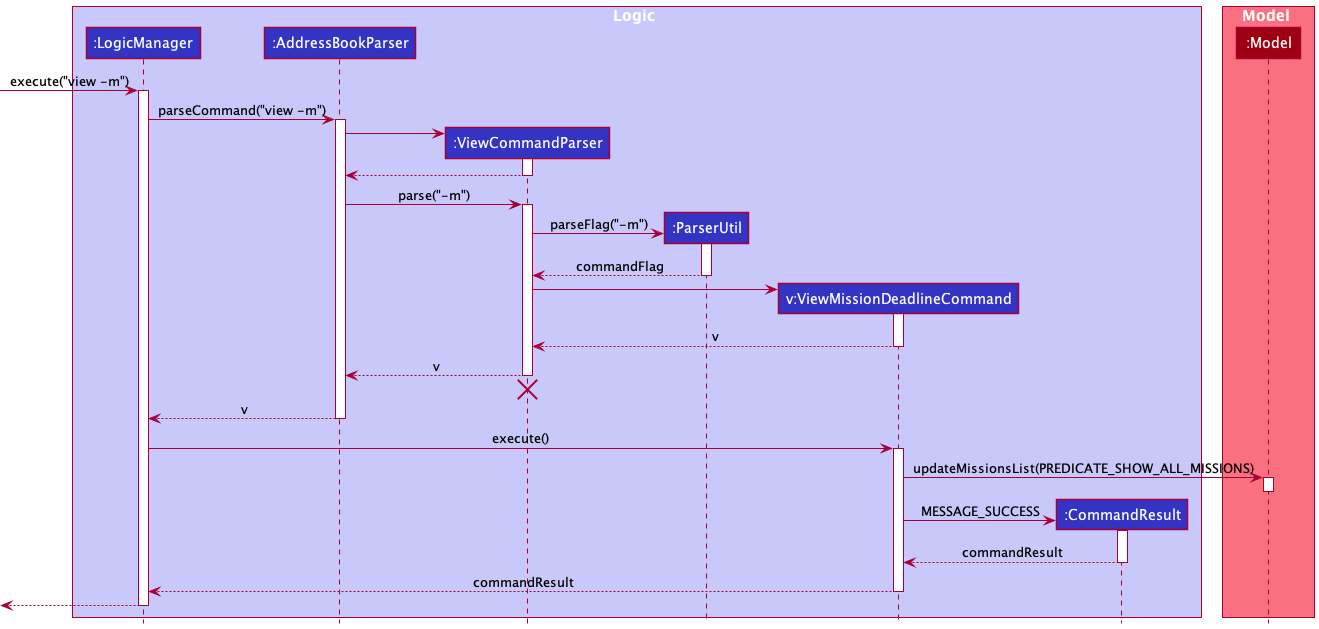
Before: docs/images/ViewMissionDeadlineSequenceDiagram.png, a diagram exported from PlantUML (wireseo/tp).
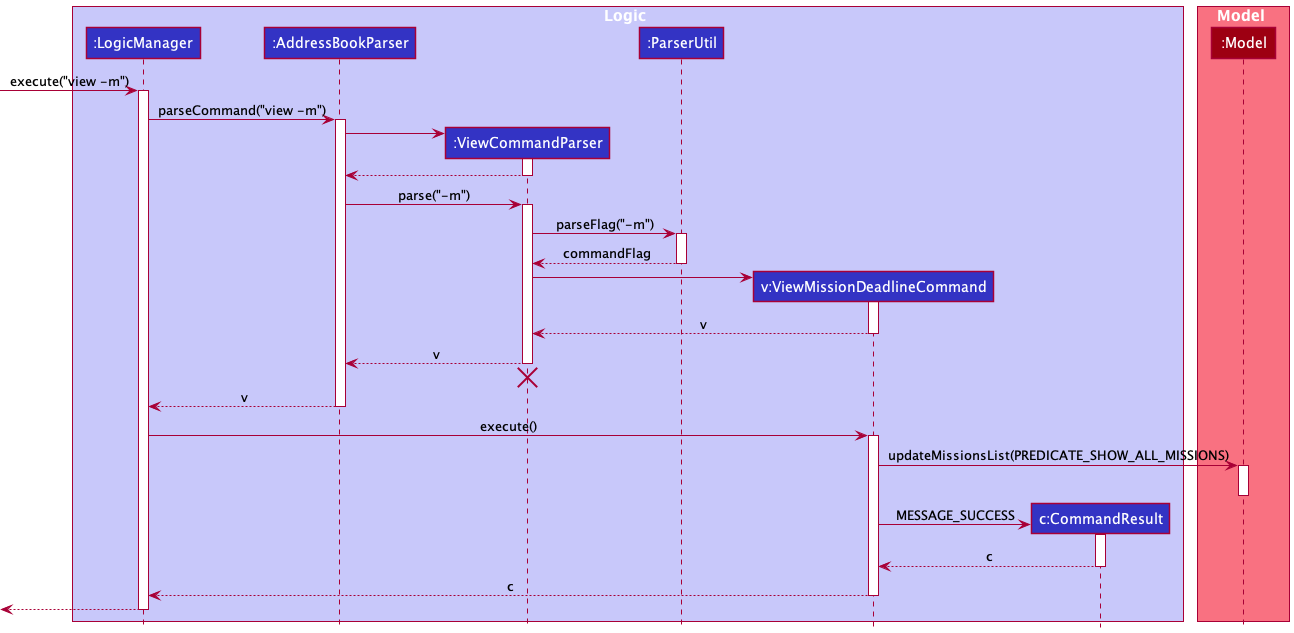
After the change.

Commit message:
Standardise sequence diagrams

Change to the diagram source:
```diff
@@ -7,7 +7,7 @@
 participant ":ViewCommandParser" as ViewCommandParser LOGIC_COLOR
 participant ":ParserUtil" as ParserUtil LOGIC_COLOR
 participant "v:ViewMissionDeadlineCommand" as ViewMissionDeadlineCommand LOGIC_COLOR
-participant ":CommandResult" as CommandResult LOGIC_COLOR
+participant "c:CommandResult" as CommandResult LOGIC_COLOR
 end box
 
 box Model MODEL_COLOR_T1
@@ -30,7 +30,6 @@
 AddressBookParser -> ViewCommandParser : parse("-m")
 activate ViewCommandParser
 
-create ParserUtil
 ViewCommandParser -> ParserUtil : parseFlag("-m")
 activate ParserUtil
 
@@ -58,17 +57,16 @@
 ViewMissionDeadlineCommand -> Model : updateMissionsList(PREDICATE_SHOW_ALL_MISSIONS)
 activate Model
 
-Model -[hidden]-> ViewMissionDeadlineCommand
 deactivate Model
 
 create CommandResult
 ViewMissionDeadlineCommand -> CommandResult : MESSAGE_SUCCESS
 activate CommandResult
 
-CommandResult --> ViewMissionDeadlineCommand : commandResult
+CommandResult --> ViewMissionDeadlineCommand : c
 deactivate CommandResult
 
-ViewMissionDeadlineCommand --> LogicManager : commandResult
+ViewMissionDeadlineCommand --> LogicManager : c
 deactivate ViewMissionDeadlineCommand
 
 [<--LogicManager
```
